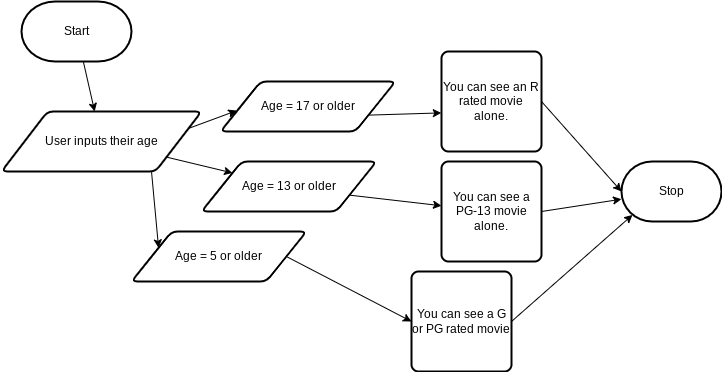
The draw.io diagram design/flowchart.png in joannesanthosh/ICS20-Unit5-03-HTML, before a commit. Source tidied: cells renumbered, new cells last; positions are measured from the earlier drawing's top-left corner, leaving out a move shared by most shapes. The source it was exported from:
```xml
<mxGraphModel>
  <root>
    <mxCell id="0" />
    <mxCell id="1" parent="0" />
    <mxCell id="2" style="edgeStyle=none;html=1;" parent="1" edge="1" source="3" target="7">
      <mxGeometry relative="1" as="geometry" />
    </mxCell>
    <mxCell id="3" value="Start" style="strokeWidth=2;html=1;shape=mxgraph.flowchart.terminator;whiteSpace=wrap;" parent="1" vertex="1">
      <mxGeometry x="20" width="110" height="60" as="geometry" />
    </mxCell>
    <mxCell id="4" style="edgeStyle=none;html=1;" parent="1" edge="1" source="7" target="12">
      <mxGeometry relative="1" as="geometry" />
    </mxCell>
    <mxCell id="5" style="edgeStyle=none;html=1;exitX=1;exitY=0.25;exitDx=0;exitDy=0;entryX=0.093;entryY=0.582;entryDx=0;entryDy=0;entryPerimeter=0;" parent="1" edge="1" source="7" target="9">
      <mxGeometry relative="1" as="geometry" />
    </mxCell>
    <mxCell id="6" style="edgeStyle=none;html=1;exitX=0.75;exitY=1;exitDx=0;exitDy=0;entryX=0;entryY=0.25;entryDx=0;entryDy=0;" parent="1" edge="1" source="7" target="14">
      <mxGeometry relative="1" as="geometry" />
    </mxCell>
    <mxCell id="7" value="User inputs their age" style="shape=parallelogram;html=1;strokeWidth=2;perimeter=parallelogramPerimeter;whiteSpace=wrap;rounded=1;arcSize=12;size=0.23;" parent="1" vertex="1">
      <mxGeometry y="110" width="200" height="60" as="geometry" />
    </mxCell>
    <mxCell id="8" style="edgeStyle=none;html=1;exitX=1;exitY=0.75;exitDx=0;exitDy=0;entryX=-0.002;entryY=0.614;entryDx=0;entryDy=0;entryPerimeter=0;" parent="1" edge="1" source="9" target="16">
      <mxGeometry relative="1" as="geometry" />
    </mxCell>
    <mxCell id="9" value="Age = 17 or older" style="shape=parallelogram;html=1;strokeWidth=2;perimeter=parallelogramPerimeter;whiteSpace=wrap;rounded=1;arcSize=12;size=0.23;" parent="1" vertex="1">
      <mxGeometry x="219" y="80" width="175" height="50" as="geometry" />
    </mxCell>
    <mxCell id="10" value="Stop" style="strokeWidth=2;html=1;shape=mxgraph.flowchart.terminator;whiteSpace=wrap;" parent="1" vertex="1">
      <mxGeometry x="620" y="160" width="100" height="60" as="geometry" />
    </mxCell>
    <mxCell id="11" style="edgeStyle=none;html=1;exitX=1;exitY=0.75;exitDx=0;exitDy=0;" parent="1" edge="1" source="12" target="18">
      <mxGeometry relative="1" as="geometry" />
    </mxCell>
    <mxCell id="12" value="Age = 13 or older" style="shape=parallelogram;html=1;strokeWidth=2;perimeter=parallelogramPerimeter;whiteSpace=wrap;rounded=1;arcSize=12;size=0.23;" parent="1" vertex="1">
      <mxGeometry x="200" y="160" width="175" height="50" as="geometry" />
    </mxCell>
    <mxCell id="13" style="edgeStyle=none;html=1;exitX=1;exitY=0.5;exitDx=0;exitDy=0;entryX=0;entryY=0.5;entryDx=0;entryDy=0;" parent="1" edge="1" source="14" target="20">
      <mxGeometry relative="1" as="geometry" />
    </mxCell>
    <mxCell id="14" value="Age = 5 or older" style="shape=parallelogram;html=1;strokeWidth=2;perimeter=parallelogramPerimeter;whiteSpace=wrap;rounded=1;arcSize=12;size=0.23;" parent="1" vertex="1">
      <mxGeometry x="130" y="230" width="175" height="50" as="geometry" />
    </mxCell>
    <mxCell id="15" style="edgeStyle=none;html=1;exitX=1;exitY=0.5;exitDx=0;exitDy=0;entryX=0;entryY=0.5;entryDx=0;entryDy=0;entryPerimeter=0;" parent="1" edge="1" source="16" target="10">
      <mxGeometry relative="1" as="geometry" />
    </mxCell>
    <mxCell id="16" value="You can see an R rated movie alone." style="rounded=1;whiteSpace=wrap;html=1;absoluteArcSize=1;arcSize=14;strokeWidth=2;" parent="1" vertex="1">
      <mxGeometry x="440" y="50" width="100" height="100" as="geometry" />
    </mxCell>
    <mxCell id="17" style="edgeStyle=none;html=1;exitX=1;exitY=0.5;exitDx=0;exitDy=0;" parent="1" edge="1" source="18" target="10">
      <mxGeometry relative="1" as="geometry" />
    </mxCell>
    <mxCell id="18" value="You can see a PG-13 movie alone." style="rounded=1;whiteSpace=wrap;html=1;absoluteArcSize=1;arcSize=14;strokeWidth=2;" parent="1" vertex="1">
      <mxGeometry x="440" y="160" width="100" height="100" as="geometry" />
    </mxCell>
    <mxCell id="19" style="edgeStyle=none;html=1;exitX=1;exitY=0.5;exitDx=0;exitDy=0;entryX=0.11;entryY=0.89;entryDx=0;entryDy=0;entryPerimeter=0;" parent="1" edge="1" source="20" target="10">
      <mxGeometry relative="1" as="geometry" />
    </mxCell>
    <mxCell id="20" value="You can see a G or PG rated movie" style="rounded=1;whiteSpace=wrap;html=1;absoluteArcSize=1;arcSize=14;strokeWidth=2;" parent="1" vertex="1">
      <mxGeometry x="410" y="270" width="100" height="100" as="geometry" />
    </mxCell>
  </root>
</mxGraphModel>
```
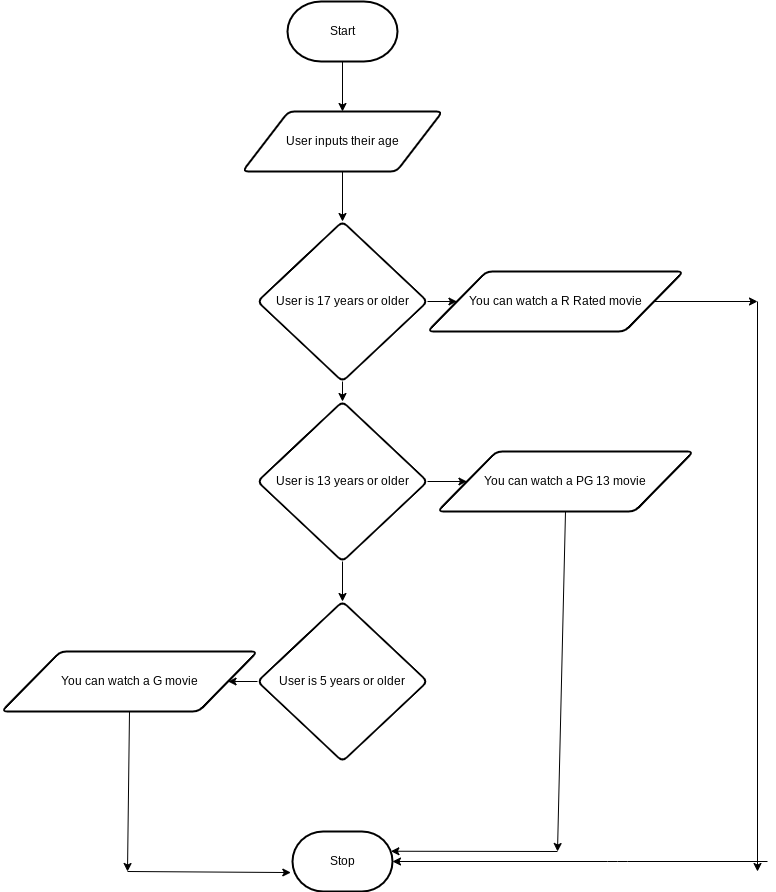
After the change.

Diff of the diagram source:
```diff
@@ -8,56 +8,86 @@
     <mxCell id="3" value="Start" style="strokeWidth=2;html=1;shape=mxgraph.flowchart.terminator;whiteSpace=wrap;" parent="1" vertex="1">
       <mxGeometry x="20" width="110" height="60" as="geometry" />
     </mxCell>
-    <mxCell id="4" style="edgeStyle=none;html=1;" parent="1" edge="1" source="7" target="12">
-      <mxGeometry relative="1" as="geometry" />
-    </mxCell>
-    <mxCell id="5" style="edgeStyle=none;html=1;exitX=1;exitY=0.25;exitDx=0;exitDy=0;entryX=0.093;entryY=0.582;entryDx=0;entryDy=0;entryPerimeter=0;" parent="1" edge="1" source="7" target="9">
-      <mxGeometry relative="1" as="geometry" />
-    </mxCell>
-    <mxCell id="6" style="edgeStyle=none;html=1;exitX=0.75;exitY=1;exitDx=0;exitDy=0;entryX=0;entryY=0.25;entryDx=0;entryDy=0;" parent="1" edge="1" source="7" target="14">
-      <mxGeometry relative="1" as="geometry" />
-    </mxCell>
+    <mxCell id="21" style="edgeStyle=none;html=1;" parent="1" edge="1" source="7" target="24">
+      <mxGeometry relative="1" as="geometry" />
+    </mxCell>
     <mxCell id="7" value="User inputs their age" style="shape=parallelogram;html=1;strokeWidth=2;perimeter=parallelogramPerimeter;whiteSpace=wrap;rounded=1;arcSize=12;size=0.23;" parent="1" vertex="1">
-      <mxGeometry y="110" width="200" height="60" as="geometry" />
+      <mxGeometry x="-25" y="110" width="200" height="60" as="geometry" />
     </mxCell>
-    <mxCell id="8" style="edgeStyle=none;html=1;exitX=1;exitY=0.75;exitDx=0;exitDy=0;entryX=-0.002;entryY=0.614;entryDx=0;entryDy=0;entryPerimeter=0;" parent="1" edge="1" source="9" target="16">
-      <mxGeometry relative="1" as="geometry" />
-    </mxCell>
-    <mxCell id="9" value="Age = 17 or older" style="shape=parallelogram;html=1;strokeWidth=2;perimeter=parallelogramPerimeter;whiteSpace=wrap;rounded=1;arcSize=12;size=0.23;" parent="1" vertex="1">
-      <mxGeometry x="219" y="80" width="175" height="50" as="geometry" />
-    </mxCell>
     <mxCell id="10" value="Stop" style="strokeWidth=2;html=1;shape=mxgraph.flowchart.terminator;whiteSpace=wrap;" parent="1" vertex="1">
-      <mxGeometry x="620" y="160" width="100" height="60" as="geometry" />
+      <mxGeometry x="25" y="830" width="100" height="60" as="geometry" />
     </mxCell>
-    <mxCell id="11" style="edgeStyle=none;html=1;exitX=1;exitY=0.75;exitDx=0;exitDy=0;" parent="1" edge="1" source="12" target="18">
-      <mxGeometry relative="1" as="geometry" />
-    </mxCell>
-    <mxCell id="12" value="Age = 13 or older" style="shape=parallelogram;html=1;strokeWidth=2;perimeter=parallelogramPerimeter;whiteSpace=wrap;rounded=1;arcSize=12;size=0.23;" parent="1" vertex="1">
-      <mxGeometry x="200" y="160" width="175" height="50" as="geometry" />
-    </mxCell>
-    <mxCell id="13" style="edgeStyle=none;html=1;exitX=1;exitY=0.5;exitDx=0;exitDy=0;entryX=0;entryY=0.5;entryDx=0;entryDy=0;" parent="1" edge="1" source="14" target="20">
-      <mxGeometry relative="1" as="geometry" />
-    </mxCell>
-    <mxCell id="14" value="Age = 5 or older" style="shape=parallelogram;html=1;strokeWidth=2;perimeter=parallelogramPerimeter;whiteSpace=wrap;rounded=1;arcSize=12;size=0.23;" parent="1" vertex="1">
-      <mxGeometry x="130" y="230" width="175" height="50" as="geometry" />
-    </mxCell>
-    <mxCell id="15" style="edgeStyle=none;html=1;exitX=1;exitY=0.5;exitDx=0;exitDy=0;entryX=0;entryY=0.5;entryDx=0;entryDy=0;entryPerimeter=0;" parent="1" edge="1" source="16" target="10">
-      <mxGeometry relative="1" as="geometry" />
-    </mxCell>
-    <mxCell id="16" value="You can see an R rated movie alone." style="rounded=1;whiteSpace=wrap;html=1;absoluteArcSize=1;arcSize=14;strokeWidth=2;" parent="1" vertex="1">
-      <mxGeometry x="440" y="50" width="100" height="100" as="geometry" />
-    </mxCell>
-    <mxCell id="17" style="edgeStyle=none;html=1;exitX=1;exitY=0.5;exitDx=0;exitDy=0;" parent="1" edge="1" source="18" target="10">
-      <mxGeometry relative="1" as="geometry" />
-    </mxCell>
-    <mxCell id="18" value="You can see a PG-13 movie alone." style="rounded=1;whiteSpace=wrap;html=1;absoluteArcSize=1;arcSize=14;strokeWidth=2;" parent="1" vertex="1">
-      <mxGeometry x="440" y="160" width="100" height="100" as="geometry" />
-    </mxCell>
-    <mxCell id="19" style="edgeStyle=none;html=1;exitX=1;exitY=0.5;exitDx=0;exitDy=0;entryX=0.11;entryY=0.89;entryDx=0;entryDy=0;entryPerimeter=0;" parent="1" edge="1" source="20" target="10">
-      <mxGeometry relative="1" as="geometry" />
-    </mxCell>
-    <mxCell id="20" value="You can see a G or PG rated movie" style="rounded=1;whiteSpace=wrap;html=1;absoluteArcSize=1;arcSize=14;strokeWidth=2;" parent="1" vertex="1">
-      <mxGeometry x="410" y="270" width="100" height="100" as="geometry" />
-    </mxCell>
+    <mxCell id="22" style="edgeStyle=none;html=1;exitX=0.5;exitY=1;exitDx=0;exitDy=0;entryX=0.5;entryY=0;entryDx=0;entryDy=0;" parent="1" edge="1" source="24" target="27">
+      <mxGeometry relative="1" as="geometry" />
+    </mxCell>
+    <mxCell id="23" style="edgeStyle=none;html=1;exitX=1;exitY=0.5;exitDx=0;exitDy=0;" parent="1" edge="1" source="24" target="31">
+      <mxGeometry relative="1" as="geometry" />
+    </mxCell>
+    <mxCell id="24" value="User is 17 years or older" style="rhombus;whiteSpace=wrap;html=1;strokeWidth=2;rounded=1;arcSize=12;" parent="1" vertex="1">
+      <mxGeometry x="-10" y="220" width="170" height="160" as="geometry" />
+    </mxCell>
+    <mxCell id="25" style="edgeStyle=none;html=1;exitX=0.5;exitY=1;exitDx=0;exitDy=0;entryX=0.5;entryY=0;entryDx=0;entryDy=0;" parent="1" edge="1" source="27" target="29">
+      <mxGeometry relative="1" as="geometry" />
+    </mxCell>
+    <mxCell id="26" style="edgeStyle=none;html=1;exitX=1;exitY=0.5;exitDx=0;exitDy=0;" parent="1" edge="1" source="27" target="33">
+      <mxGeometry relative="1" as="geometry" />
+    </mxCell>
+    <mxCell id="27" value="User is 13 years or older" style="rhombus;whiteSpace=wrap;html=1;strokeWidth=2;rounded=1;arcSize=12;" parent="1" vertex="1">
+      <mxGeometry x="-10" y="400" width="170" height="160" as="geometry" />
+    </mxCell>
+    <mxCell id="28" style="edgeStyle=none;html=1;exitX=0;exitY=0.5;exitDx=0;exitDy=0;entryX=1;entryY=0.5;entryDx=0;entryDy=0;" parent="1" edge="1" source="29" target="35">
+      <mxGeometry relative="1" as="geometry" />
+    </mxCell>
+    <mxCell id="29" value="User is 5 years or older" style="rhombus;whiteSpace=wrap;html=1;strokeWidth=2;rounded=1;arcSize=12;" parent="1" vertex="1">
+      <mxGeometry x="-10" y="600" width="170" height="160" as="geometry" />
+    </mxCell>
+    <mxCell id="30" style="edgeStyle=none;html=1;exitX=1;exitY=0.5;exitDx=0;exitDy=0;" parent="1" edge="1" source="31">
+      <mxGeometry relative="1" as="geometry">
+        <mxPoint x="490" y="300" as="targetPoint" />
+      </mxGeometry>
+    </mxCell>
+    <mxCell id="31" value="You can watch a R Rated movie" style="shape=parallelogram;html=1;strokeWidth=2;perimeter=parallelogramPerimeter;whiteSpace=wrap;rounded=1;arcSize=12;size=0.23;" parent="1" vertex="1">
+      <mxGeometry x="160" y="270" width="256" height="60" as="geometry" />
+    </mxCell>
+    <mxCell id="32" style="edgeStyle=none;html=1;exitX=0.5;exitY=1;exitDx=0;exitDy=0;" parent="1" edge="1" source="33">
+      <mxGeometry relative="1" as="geometry">
+        <mxPoint x="290" y="850" as="targetPoint" />
+      </mxGeometry>
+    </mxCell>
+    <mxCell id="33" value="You can watch a PG 13 movie" style="shape=parallelogram;html=1;strokeWidth=2;perimeter=parallelogramPerimeter;whiteSpace=wrap;rounded=1;arcSize=12;size=0.23;" parent="1" vertex="1">
+      <mxGeometry x="170" y="450" width="256" height="60" as="geometry" />
+    </mxCell>
+    <mxCell id="34" style="edgeStyle=none;html=1;exitX=0.5;exitY=1;exitDx=0;exitDy=0;" parent="1" edge="1" source="35">
+      <mxGeometry relative="1" as="geometry">
+        <mxPoint x="-140" y="870" as="targetPoint" />
+      </mxGeometry>
+    </mxCell>
+    <mxCell id="35" value="You can watch a G movie" style="shape=parallelogram;html=1;strokeWidth=2;perimeter=parallelogramPerimeter;whiteSpace=wrap;rounded=1;arcSize=12;size=0.23;" parent="1" vertex="1">
+      <mxGeometry x="-266" y="650" width="256" height="60" as="geometry" />
+    </mxCell>
+    <mxCell id="36" style="edgeStyle=none;html=1;entryX=-0.017;entryY=0.684;entryDx=0;entryDy=0;entryPerimeter=0;" parent="1" edge="1" target="10">
+      <mxGeometry relative="1" as="geometry">
+        <mxPoint x="-140" y="870" as="sourcePoint" />
+      </mxGeometry>
+    </mxCell>
+    <mxCell id="37" style="edgeStyle=none;html=1;" parent="1" edge="1">
+      <mxGeometry relative="1" as="geometry">
+        <mxPoint x="490" y="300" as="sourcePoint" />
+        <mxPoint x="490" y="870" as="targetPoint" />
+      </mxGeometry>
+    </mxCell>
+    <mxCell id="38" style="edgeStyle=none;html=1;entryX=1;entryY=0.5;entryDx=0;entryDy=0;entryPerimeter=0;" parent="1" edge="1" target="10">
+      <mxGeometry relative="1" as="geometry">
+        <mxPoint x="500" y="860" as="sourcePoint" />
+        <Array as="points">
+          <mxPoint x="350" y="860" />
+        </Array>
+      </mxGeometry>
+    </mxCell>
+    <mxCell id="39" style="edgeStyle=none;html=1;entryX=0.984;entryY=0.329;entryDx=0;entryDy=0;entryPerimeter=0;" parent="1" edge="1" target="10">
+      <mxGeometry relative="1" as="geometry">
+        <mxPoint x="290" y="850" as="sourcePoint" />
+      </mxGeometry>
+    </mxCell>
   </root>
 </mxGraphModel>
```
